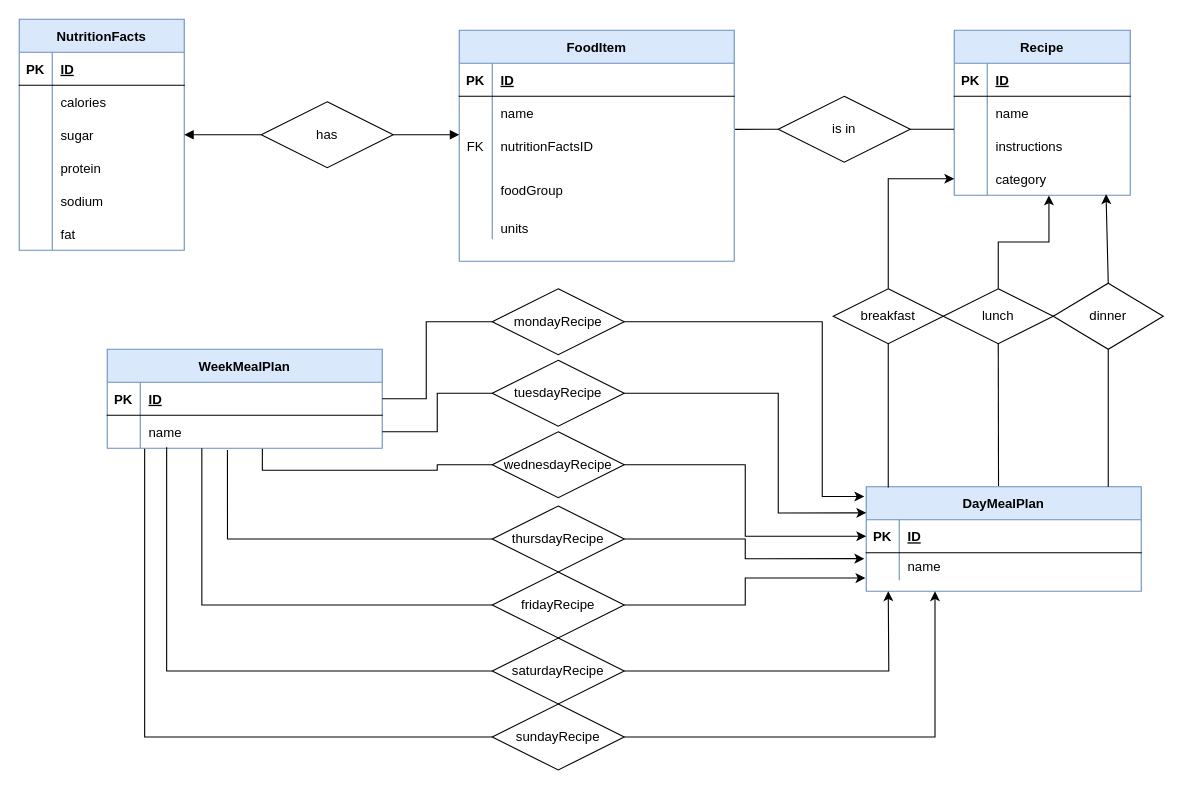
Before: ER_Diagram.drawio in KYDronePilot/CSC545TermProject, a draw.io diagram. Source tidied: cells renumbered, new cells numbered last; positions are measured from the earlier drawing's top-left corner, leaving out a move shared by most shapes. Both pictures are drawn from the tidied source at 110%, with x=0, y=0 at pixel (19, 19).
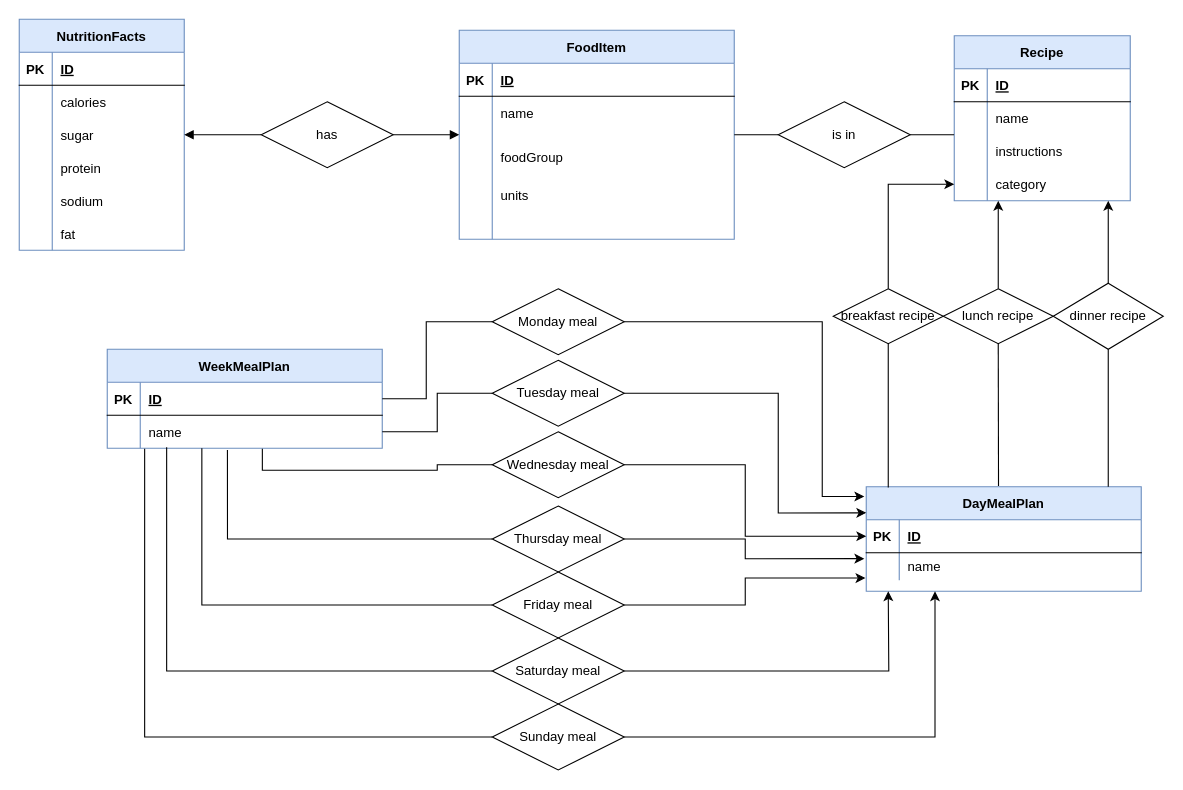
Above is the later version.

Commit message:
A few diagram fixes

Unchanged cells that the change refers to:
```xml
<mxCell id="47" style="shape=partialRectangle;fillColor=none;points=[[0,0.5],[1,0.5]];portConstraint=eastwest;top=0;left=0;right=0;bottom=0;" parent="37" vertex="1">
  <mxGeometry y="120" width="160" height="30" as="geometry" />
</mxCell>
<mxCell id="66" value="has" style="shape=rhombus;perimeter=rhombusPerimeter;whiteSpace=wrap;html=1;align=center;fontColor=none;" parent="1" vertex="1">
  <mxGeometry x="220" y="75" width="120" height="60" as="geometry" />
</mxCell>
```

The edit, as a diff of the source:
```diff
@@
     <mxCell id="2" value="FoodItem" style="shape=table;startSize=30;childLayout=tableLayout;rowLines=0;fontStyle=1;align=center;fillColor=#dae8fc;strokeColor=#6c8ebf;" parent="1" vertex="1">
-      <mxGeometry x="400" y="10" width="250" height="210" as="geometry" />
+      <mxGeometry x="400" y="10" width="250" height="190" as="geometry" />
     </mxCell>
@@
-    <mxCell id="9" style="shape=partialRectangle;fillColor=none;points=[[0,0.5],[1,0.5]];portConstraint=eastwest;top=0;left=0;right=0;bottom=0;" parent="2" vertex="1">
-      <mxGeometry y="90" width="250" height="30" as="geometry" />
-    </mxCell>
-    <mxCell id="10" value="FK" style="shape=partialRectangle;overflow=hidden;fillColor=none;top=0;left=0;bottom=0;right=0;" parent="9" vertex="1">
-      <mxGeometry width="30" height="30" as="geometry" />
-    </mxCell>
-    <mxCell id="11" value="nutritionFactsID" style="shape=partialRectangle;overflow=hidden;fillColor=none;top=0;left=0;bottom=0;right=0;align=left;spacingLeft=6;" parent="9" vertex="1">
-      <mxGeometry x="30" width="220" height="30" as="geometry" />
-    </mxCell>
     <mxCell id="12" style="shape=partialRectangle;fillColor=none;top=0;left=0;right=0;bottom=0;" parent="2" vertex="1">
-      <mxGeometry y="120" width="250" height="50" as="geometry" />
+      <mxGeometry y="90" width="250" height="50" as="geometry" />
     </mxCell>
@@
     <mxCell id="15" style="shape=partialRectangle;fillColor=none;top=0;left=0;right=0;bottom=0;" parent="2" vertex="1">
-      <mxGeometry y="170" width="250" height="20" as="geometry" />
+      <mxGeometry y="140" width="250" height="20" as="geometry" />
     </mxCell>
@@
+    <mxCell id="9" style="shape=partialRectangle;fillColor=none;points=[[0,0.5],[1,0.5]];portConstraint=eastwest;top=0;left=0;right=0;bottom=0;" parent="2" vertex="1">
+      <mxGeometry y="160" width="250" height="30" as="geometry" />
+    </mxCell>
+    <mxCell id="10" style="shape=partialRectangle;overflow=hidden;fillColor=none;top=0;left=0;bottom=0;right=0;" parent="9" vertex="1">
+      <mxGeometry width="30" height="30" as="geometry" />
+    </mxCell>
+    <mxCell id="11" style="shape=partialRectangle;overflow=hidden;fillColor=none;top=0;left=0;bottom=0;right=0;align=left;spacingLeft=6;" parent="9" vertex="1">
+      <mxGeometry x="30" width="220" height="30" as="geometry" />
+    </mxCell>
@@
     <mxCell id="37" value="Recipe" style="shape=table;startSize=30;childLayout=tableLayout;rowLines=0;fontStyle=1;align=center;fillColor=#dae8fc;strokeColor=#6c8ebf;" parent="1" vertex="1">
-      <mxGeometry x="850" y="10" width="160" height="150" as="geometry" />
+      <mxGeometry x="850" y="15" width="160" height="150" as="geometry" />
     </mxCell>
@@
-    <mxCell id="65" style="edgeStyle=orthogonalEdgeStyle;rounded=0;jettySize=auto;html=1;exitX=1;exitY=0.5;exitDx=0;exitDy=0;entryX=0;entryY=0.168;entryDx=0;entryDy=0;entryPerimeter=0;endArrow=block;endFill=1;fontColor=none;" parent="1" edge="1" source="66" target="9">
+    <mxCell id="65" style="edgeStyle=orthogonalEdgeStyle;rounded=0;jettySize=auto;html=1;exitX=1;exitY=0.5;exitDx=0;exitDy=0;endArrow=block;endFill=1;fontColor=none;" parent="1" edge="1" source="66" target="2">
       <mxGeometry relative="1" as="geometry" />
     </mxCell>
@@
-    <mxCell id="68" style="edgeStyle=none;rounded=0;jettySize=auto;html=1;exitX=0;exitY=0.5;exitDx=0;exitDy=0;entryX=1.003;entryY=0.003;entryDx=0;entryDy=0;entryPerimeter=0;endArrow=none;endFill=0;fontColor=none;" parent="1" edge="1" source="69" target="9">
+    <mxCell id="68" style="edgeStyle=none;rounded=0;jettySize=auto;html=1;exitX=0;exitY=0.5;exitDx=0;exitDy=0;endArrow=none;endFill=0;fontColor=none;" parent="1" edge="1" source="69" target="2">
       <mxGeometry relative="1" as="geometry" />
     </mxCell>
     <mxCell id="69" value="is in" style="shape=rhombus;perimeter=rhombusPerimeter;whiteSpace=wrap;html=1;align=center;fontColor=none;" parent="1" vertex="1">
-      <mxGeometry x="690" y="70" width="120" height="60" as="geometry" />
+      <mxGeometry x="690" y="75" width="120" height="60" as="geometry" />
     </mxCell>
-    <mxCell id="70" style="edgeStyle=none;rounded=0;jettySize=auto;html=1;exitX=0.5;exitY=0;exitDx=0;exitDy=0;endArrow=classic;endFill=1;fontColor=none;" parent="1" edge="1" source="72">
+    <mxCell id="70" style="edgeStyle=orthogonalEdgeStyle;rounded=0;jettySize=auto;html=1;exitX=0.5;exitY=0;exitDx=0;exitDy=0;endArrow=classic;endFill=1;fontColor=none;" parent="1" edge="1" source="72" target="37">
       <mxGeometry relative="1" as="geometry">
-        <mxPoint x="988" y="159" as="targetPoint" />
+        <Array as="points">
+          <mxPoint x="990" y="190" />
+          <mxPoint x="990" y="190" />
+        </Array>
       </mxGeometry>
     </mxCell>
@@
-    <mxCell id="72" value="dinner" style="shape=rhombus;perimeter=rhombusPerimeter;whiteSpace=wrap;html=1;align=center;fontColor=none;" parent="1" vertex="1">
+    <mxCell id="72" value="dinner recipe" style="shape=rhombus;perimeter=rhombusPerimeter;whiteSpace=wrap;html=1;align=center;fontColor=none;" parent="1" vertex="1">
       <mxGeometry x="940" y="240" width="100" height="60" as="geometry" />
     </mxCell>
@@
-    <mxCell id="74" value="wednesdayRecipe" style="shape=rhombus;perimeter=rhombusPerimeter;whiteSpace=wrap;html=1;align=center;fontColor=none;" parent="1" vertex="1">
+    <mxCell id="74" value="Wednesday meal" style="shape=rhombus;perimeter=rhombusPerimeter;whiteSpace=wrap;html=1;align=center;fontColor=none;" parent="1" vertex="1">
       <mxGeometry x="430" y="375" width="120" height="60" as="geometry" />
     </mxCell>
@@
-    <mxCell id="76" style="edgeStyle=orthogonalEdgeStyle;rounded=0;jettySize=auto;html=1;exitX=0.5;exitY=0;exitDx=0;exitDy=0;entryX=0.538;entryY=1.005;entryDx=0;entryDy=0;entryPerimeter=0;endArrow=classic;endFill=1;fontColor=none;" parent="1" edge="1" source="78" target="47">
-      <mxGeometry relative="1" as="geometry" />
+    <mxCell id="76" style="edgeStyle=orthogonalEdgeStyle;rounded=0;jettySize=auto;html=1;exitX=0.5;exitY=0;exitDx=0;exitDy=0;endArrow=classic;endFill=1;fontColor=none;" parent="1" edge="1" source="78" target="37">
+      <mxGeometry relative="1" as="geometry">
+        <Array as="points">
+          <mxPoint x="890" y="190" />
+          <mxPoint x="890" y="190" />
+        </Array>
+      </mxGeometry>
     </mxCell>
@@
-    <mxCell id="78" value="lunch" style="shape=rhombus;perimeter=rhombusPerimeter;whiteSpace=wrap;html=1;align=center;fontColor=none;" parent="1" vertex="1">
+    <mxCell id="78" value="lunch recipe" style="shape=rhombus;perimeter=rhombusPerimeter;whiteSpace=wrap;html=1;align=center;fontColor=none;" parent="1" vertex="1">
       <mxGeometry x="840" y="245" width="100" height="50" as="geometry" />
     </mxCell>
@@
-    <mxCell id="81" value="breakfast" style="shape=rhombus;perimeter=rhombusPerimeter;whiteSpace=wrap;html=1;align=center;fontColor=none;" parent="1" vertex="1">
+    <mxCell id="81" value="breakfast recipe" style="shape=rhombus;perimeter=rhombusPerimeter;whiteSpace=wrap;html=1;align=center;fontColor=none;" parent="1" vertex="1">
       <mxGeometry x="740" y="245" width="100" height="50" as="geometry" />
     </mxCell>
@@
-    <mxCell id="83" value="mondayRecipe" style="shape=rhombus;perimeter=rhombusPerimeter;whiteSpace=wrap;html=1;align=center;fontColor=none;" parent="1" vertex="1">
+    <mxCell id="83" value="Monday meal" style="shape=rhombus;perimeter=rhombusPerimeter;whiteSpace=wrap;html=1;align=center;fontColor=none;" parent="1" vertex="1">
       <mxGeometry x="430" y="245" width="120" height="60" as="geometry" />
     </mxCell>
@@
-    <mxCell id="85" value="tuesdayRecipe" style="shape=rhombus;perimeter=rhombusPerimeter;whiteSpace=wrap;html=1;align=center;fontColor=none;" parent="1" vertex="1">
+    <mxCell id="85" value="Tuesday meal" style="shape=rhombus;perimeter=rhombusPerimeter;whiteSpace=wrap;html=1;align=center;fontColor=none;" parent="1" vertex="1">
       <mxGeometry x="430" y="310" width="120" height="60" as="geometry" />
     </mxCell>
@@
-    <mxCell id="87" value="thursdayRecipe" style="shape=rhombus;perimeter=rhombusPerimeter;whiteSpace=wrap;html=1;align=center;fontColor=none;" parent="1" vertex="1">
+    <mxCell id="87" value="Thursday meal" style="shape=rhombus;perimeter=rhombusPerimeter;whiteSpace=wrap;html=1;align=center;fontColor=none;" parent="1" vertex="1">
       <mxGeometry x="430" y="442.5" width="120" height="60" as="geometry" />
     </mxCell>
@@
-    <mxCell id="89" value="fridayRecipe" style="shape=rhombus;perimeter=rhombusPerimeter;whiteSpace=wrap;html=1;align=center;fontColor=none;" parent="1" vertex="1">
+    <mxCell id="89" value="Friday meal" style="shape=rhombus;perimeter=rhombusPerimeter;whiteSpace=wrap;html=1;align=center;fontColor=none;" parent="1" vertex="1">
       <mxGeometry x="430" y="502.5" width="120" height="60" as="geometry" />
     </mxCell>
@@
-    <mxCell id="91" value="saturdayRecipe" style="shape=rhombus;perimeter=rhombusPerimeter;whiteSpace=wrap;html=1;align=center;fontColor=none;" parent="1" vertex="1">
+    <mxCell id="91" value="Saturday meal" style="shape=rhombus;perimeter=rhombusPerimeter;whiteSpace=wrap;html=1;align=center;fontColor=none;" parent="1" vertex="1">
       <mxGeometry x="430" y="562.5" width="120" height="60" as="geometry" />
     </mxCell>
@@
-    <mxCell id="93" value="sundayRecipe" style="shape=rhombus;perimeter=rhombusPerimeter;whiteSpace=wrap;html=1;align=center;fontColor=none;" parent="1" vertex="1">
+    <mxCell id="93" value="Sunday meal" style="shape=rhombus;perimeter=rhombusPerimeter;whiteSpace=wrap;html=1;align=center;fontColor=none;" parent="1" vertex="1">
       <mxGeometry x="430" y="622.5" width="120" height="60" as="geometry" />
     </mxCell>
```
